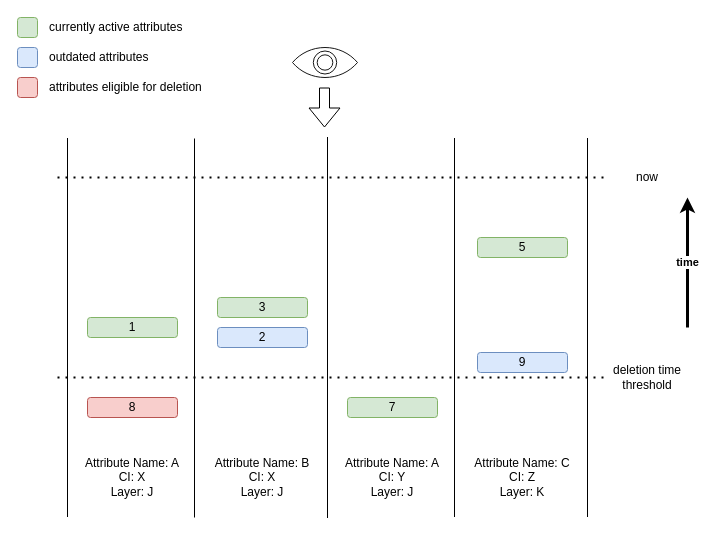
The draw.io diagram docs/source/assets/drawio/overview-attributes-time.drawio in max-bytes/omnikeeper, before the edit. Source tidied: cells renumbered, new cells numbered last; positions are measured from the earlier drawing's top-left corner, leaving out a move shared by most shapes. Both pictures are drawn from the tidied source at 100%, with x=0, y=0 at pixel (17, 17).
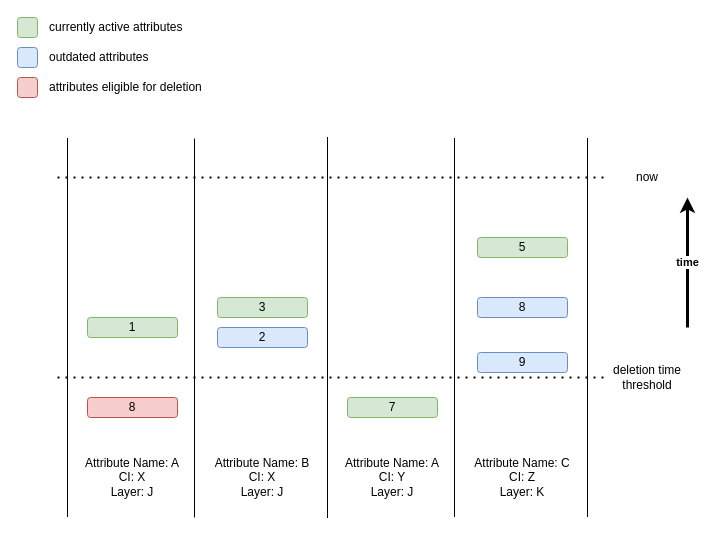
The same diagram, later.

The edit, as a diff of the source:
```diff
@@
-    <mxCell id="10" style="shape=flexArrow;endArrow=classic;html=1;strokeWidth=1;" parent="1" edge="1">
-      <mxGeometry relative="1" as="geometry">
-        <mxPoint x="307" y="70" as="sourcePoint" />
-        <mxPoint x="307" y="110" as="targetPoint" />
-      </mxGeometry>
-    </mxCell>
@@
-    <mxCell id="15" style="html=1;verticalLabelPosition=bottom;align=center;labelBackgroundColor=#ffffff;verticalAlign=top;strokeWidth=1;shadow=0;dashed=0;shape=mxgraph.ios7.icons.eye;strokeColor=#171717;" parent="1" vertex="1">
-      <mxGeometry x="275" y="30" width="65" height="30" as="geometry" />
-    </mxCell>
@@
+    <mxCell id="32" value="8" style="rounded=1;whiteSpace=wrap;html=1;fillColor=#dae8fc;strokeColor=#6c8ebf;" parent="1" vertex="1">
+      <mxGeometry x="460" y="280" width="90" height="20" as="geometry" />
+    </mxCell>
```
